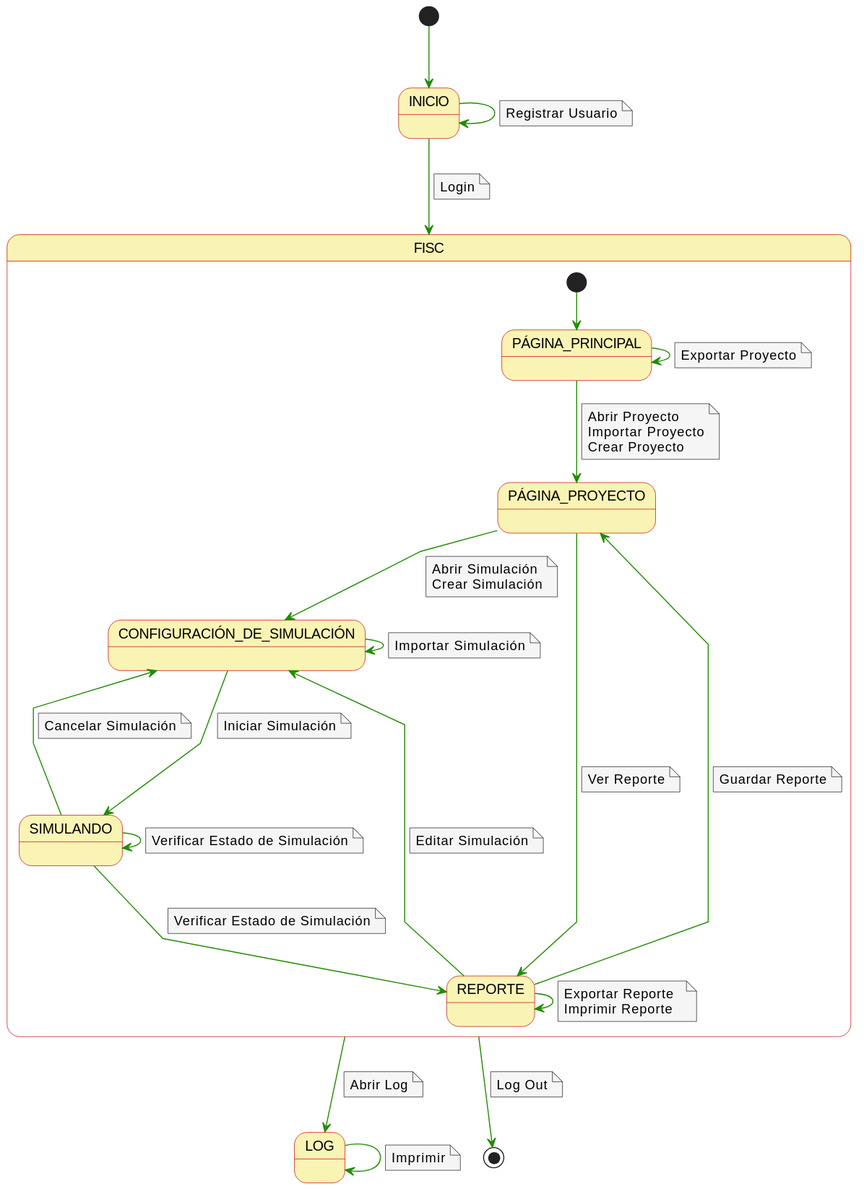
This is imagenes/casosDeUso/diagramaContexto.svg from mmasias/23-24-IdSw1-SDR, a PlantUML export, as it was before one commit.
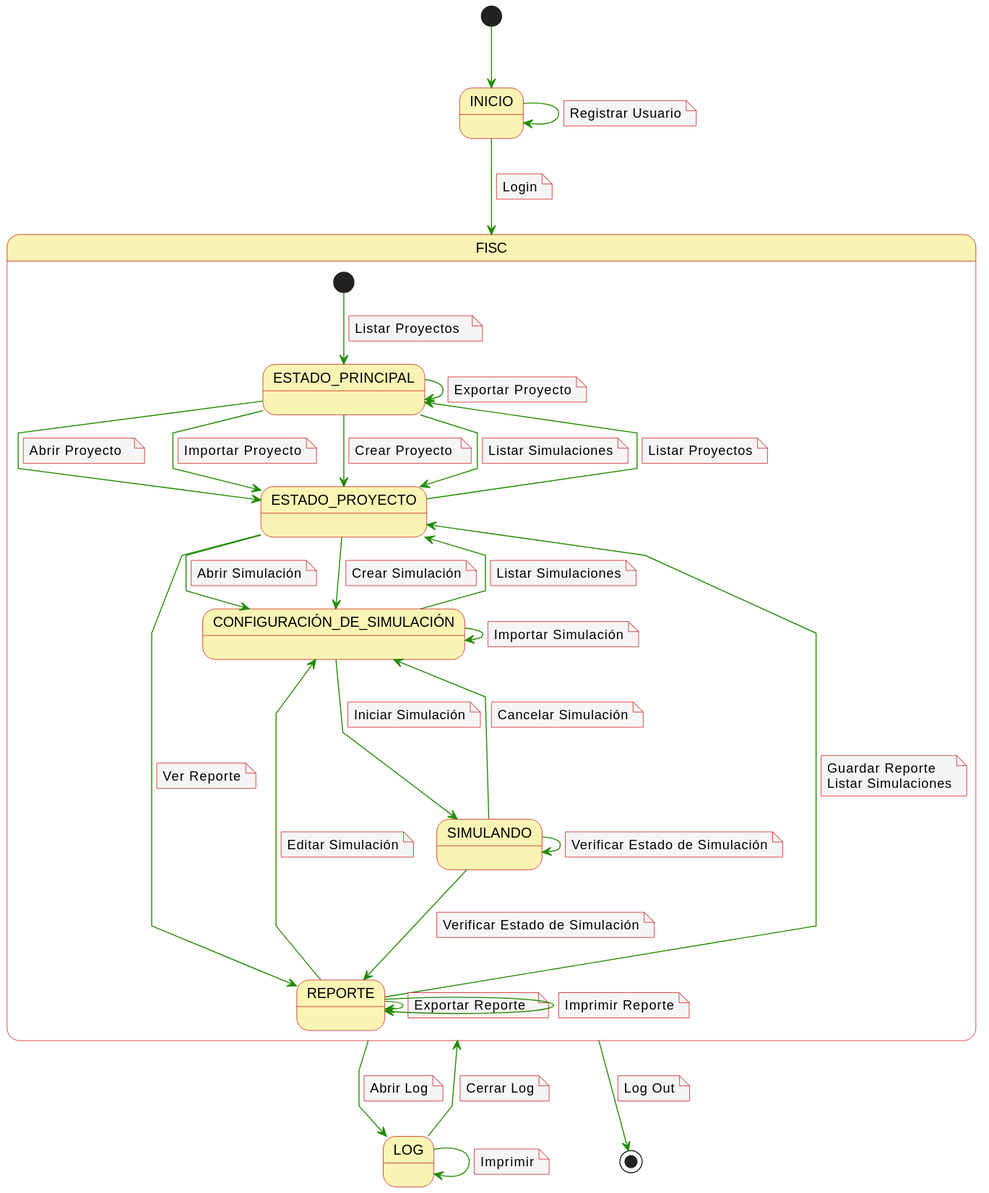
Later version of the same file.

Commit message:
correccion diagrama contexto

The edit, as a diff of the source:
```diff
@@ -19,30 +19,58 @@
 end note
 
 State FISC {
-[*] --> PÁGINA_PRINCIPAL
+[*] --> ESTADO_PRINCIPAL
+note on link
+  Listar Proyectos
+end note
 
-PÁGINA_PRINCIPAL-d-> PÁGINA_PROYECTO
+ESTADO_PRINCIPAL-d-> ESTADO_PROYECTO
 note on link
   Abrir Proyecto
+end note
+ESTADO_PRINCIPAL-d-> ESTADO_PROYECTO
+note on link
   Importar Proyecto
+end note
+ESTADO_PRINCIPAL-d-> ESTADO_PROYECTO
+note on link
   Crear Proyecto
 end note
-
-PÁGINA_PRINCIPAL-d-> PÁGINA_PRINCIPAL
+ESTADO_PRINCIPAL-d-> ESTADO_PROYECTO
+note on link
+  Listar Simulaciones
+end note
+ESTADO_PRINCIPAL-d-> ESTADO_PRINCIPAL
 note on link
   Exportar Proyecto
 end note
 
-PÁGINA_PROYECTO-d-> CONFIGURACIÓN_DE_SIMULACIÓN
+ESTADO_PROYECTO-d-> ESTADO_PRINCIPAL
+note on link
+  Listar Proyectos
+end note
+REPORTE-d-> ESTADO_PROYECTO
+note on link
+  Guardar Reporte
+  Listar Simulaciones
+end note
+ESTADO_PROYECTO-d-> CONFIGURACIÓN_DE_SIMULACIÓN
 note on link
   Abrir Simulación
+end note
+ESTADO_PROYECTO-d-> CONFIGURACIÓN_DE_SIMULACIÓN
+note on link
   Crear Simulación
 end note
-PÁGINA_PROYECTO---> REPORTE
+ESTADO_PROYECTO---> REPORTE
 note on link
   Ver Reporte
 end note
 
+CONFIGURACIÓN_DE_SIMULACIÓN-d-> ESTADO_PROYECTO
+note on link
+  Listar Simulaciones
+end note
 CONFIGURACIÓN_DE_SIMULACIÓN-d-> SIMULANDO
 note on link
   Iniciar Simulación
@@ -65,14 +93,13 @@
   Verificar Estado de Simulación
 end note
 
+REPORTE--> REPORTE
+note on link
+  Exportar Reporte
+end note
 REPORTE-d-> REPORTE
 note on link
-  Exportar Reporte
   Imprimir Reporte
-end note
-REPORTE-d-> PÁGINA_PROYECTO
-note on link
-  Guardar Reporte
 end note
 REPORTE-d-> CONFIGURACIÓN_DE_SIMULACIÓN
 note on link
@@ -88,6 +115,10 @@
 note on link
   Abrir Log
 end note
+LOG -d-> FISC
+note on link
+  Cerrar Log
+end note
 FISC --> [*]
 note on link
   Log Out
```
